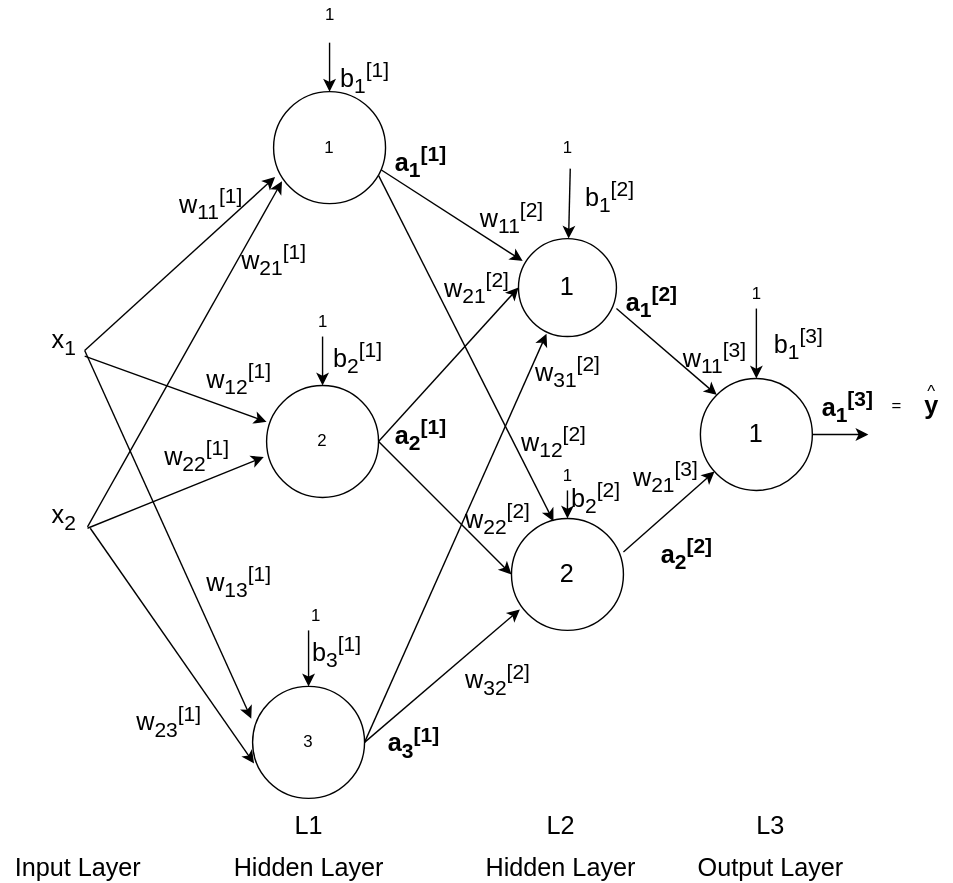
This is assets/images/neural-networks/neural-network.svg from ronen567/just-the-docs, a draw.io export, as it was before one commit. Source tidied: cells renumbered, new cells last; positions are measured from the earlier drawing's top-left corner, leaving out a move shared by most shapes.
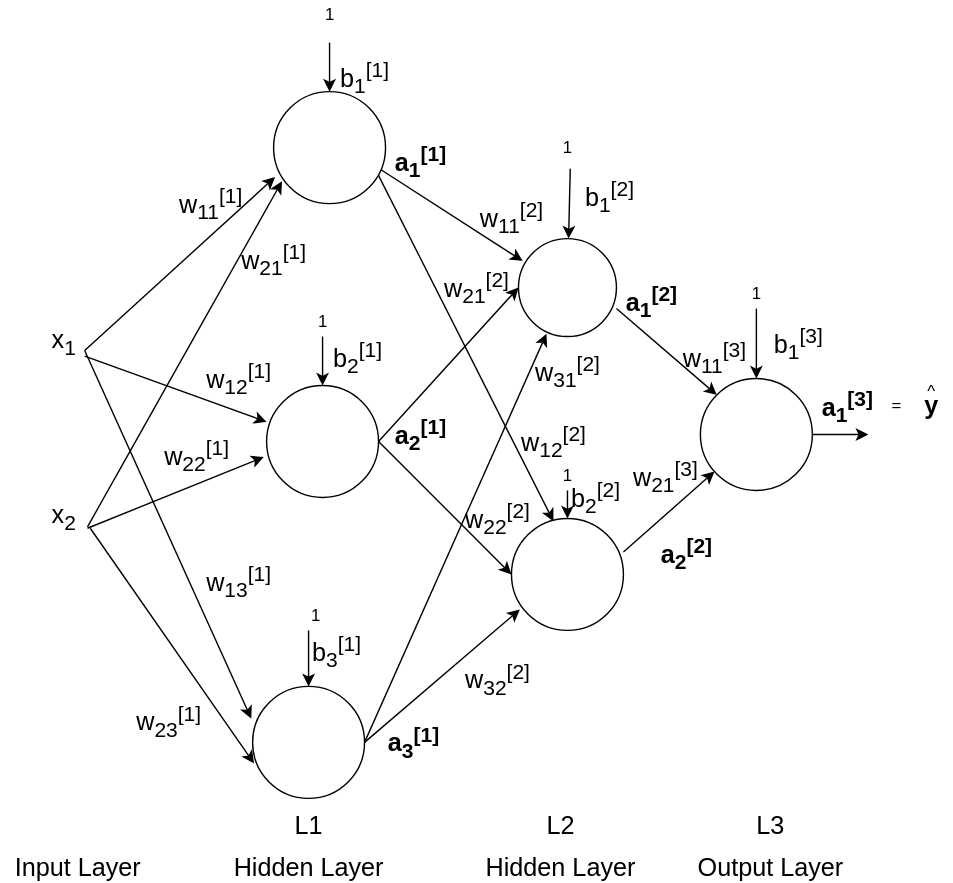
After the commit.

What changed in the source:
```diff
@@ -2,22 +2,22 @@
   <root>
     <mxCell id="0" />
     <mxCell id="1" parent="0" />
-    <mxCell id="2" value="1" style="ellipse;whiteSpace=wrap;html=1;" parent="1" vertex="1">
+    <mxCell id="2" style="ellipse;whiteSpace=wrap;html=1;" parent="1" vertex="1">
       <mxGeometry x="195" y="65" width="80" height="80" as="geometry" />
     </mxCell>
-    <mxCell id="3" value="2" style="ellipse;whiteSpace=wrap;html=1;" parent="1" vertex="1">
+    <mxCell id="3" style="ellipse;whiteSpace=wrap;html=1;" parent="1" vertex="1">
       <mxGeometry x="190" y="275" width="80" height="80" as="geometry" />
     </mxCell>
-    <mxCell id="4" value="3" style="ellipse;whiteSpace=wrap;html=1;" parent="1" vertex="1">
+    <mxCell id="4" style="ellipse;whiteSpace=wrap;html=1;" parent="1" vertex="1">
       <mxGeometry x="180" y="490" width="80" height="80" as="geometry" />
     </mxCell>
-    <mxCell id="5" value="&lt;span style=&quot;font-size: 18px&quot;&gt;1&lt;/span&gt;" style="ellipse;whiteSpace=wrap;html=1;" parent="1" vertex="1">
+    <mxCell id="5" style="ellipse;whiteSpace=wrap;html=1;" parent="1" vertex="1">
       <mxGeometry x="370" y="170" width="70" height="70" as="geometry" />
     </mxCell>
-    <mxCell id="6" value="&lt;span style=&quot;font-size: 18px&quot;&gt;2&lt;/span&gt;" style="ellipse;whiteSpace=wrap;html=1;" parent="1" vertex="1">
+    <mxCell id="6" style="ellipse;whiteSpace=wrap;html=1;" parent="1" vertex="1">
       <mxGeometry x="365" y="370" width="80" height="80" as="geometry" />
     </mxCell>
-    <mxCell id="7" value="&lt;span style=&quot;font-size: 18px&quot;&gt;1&lt;/span&gt;" style="ellipse;whiteSpace=wrap;html=1;" parent="1" vertex="1">
+    <mxCell id="7" style="ellipse;whiteSpace=wrap;html=1;" parent="1" vertex="1">
       <mxGeometry x="500" y="270" width="80" height="80" as="geometry" />
     </mxCell>
     <mxCell id="8" value="&lt;font style=&quot;font-size: 18px&quot;&gt;x&lt;sub&gt;1&lt;/sub&gt;&lt;/font&gt;" style="text;html=1;align=center;verticalAlign=middle;points=[];" parent="1" vertex="1">
```
